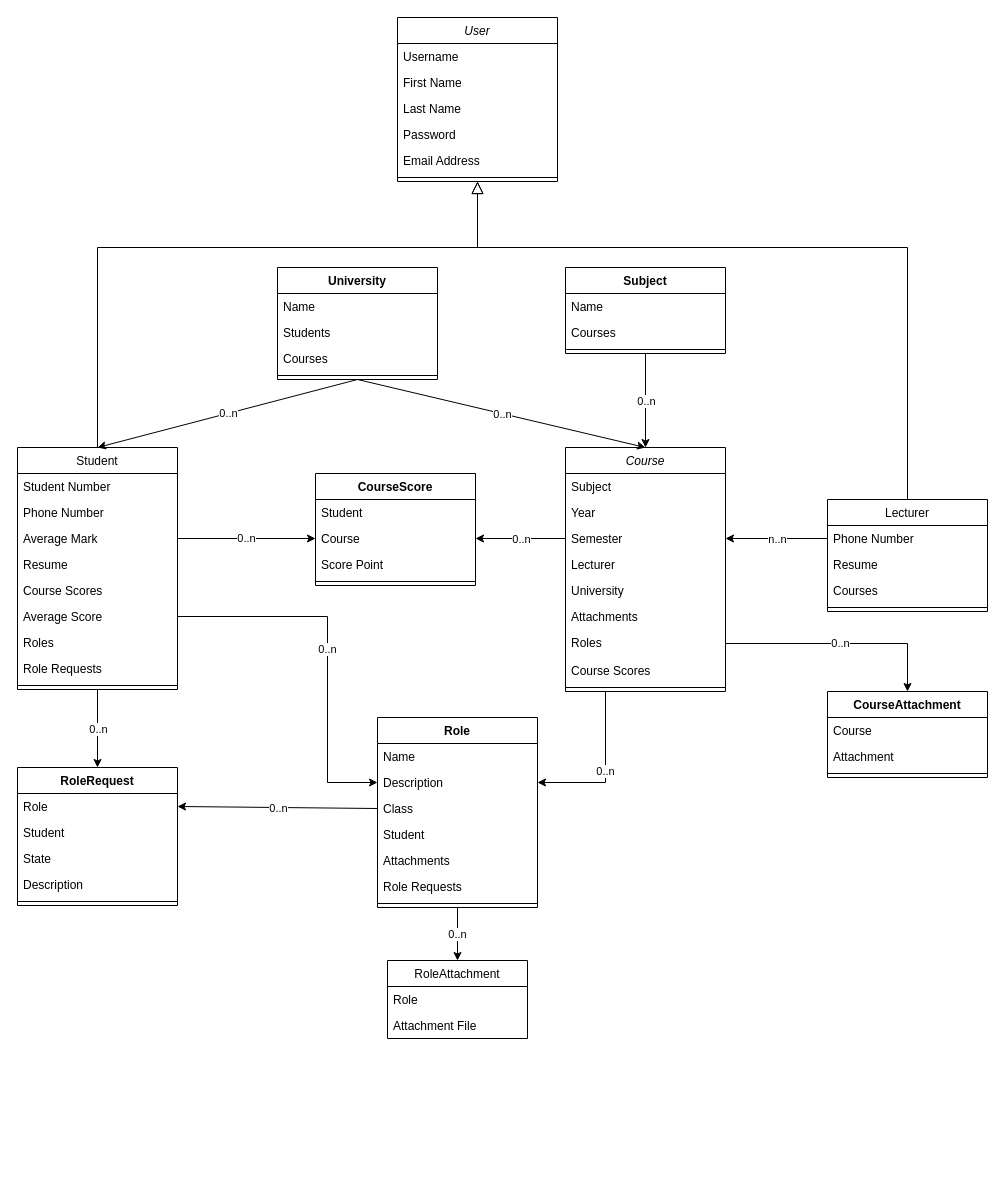
Before: material/class_diagram.drawio in RuhollahSeka/TA_System, a draw.io diagram. Source tidied: cells renumbered, new cells numbered last; positions are measured from the earlier drawing's top-left corner, leaving out a move shared by most shapes. Both pictures are drawn from the tidied source at 100%, with x=0, y=0 at pixel (17, 17).
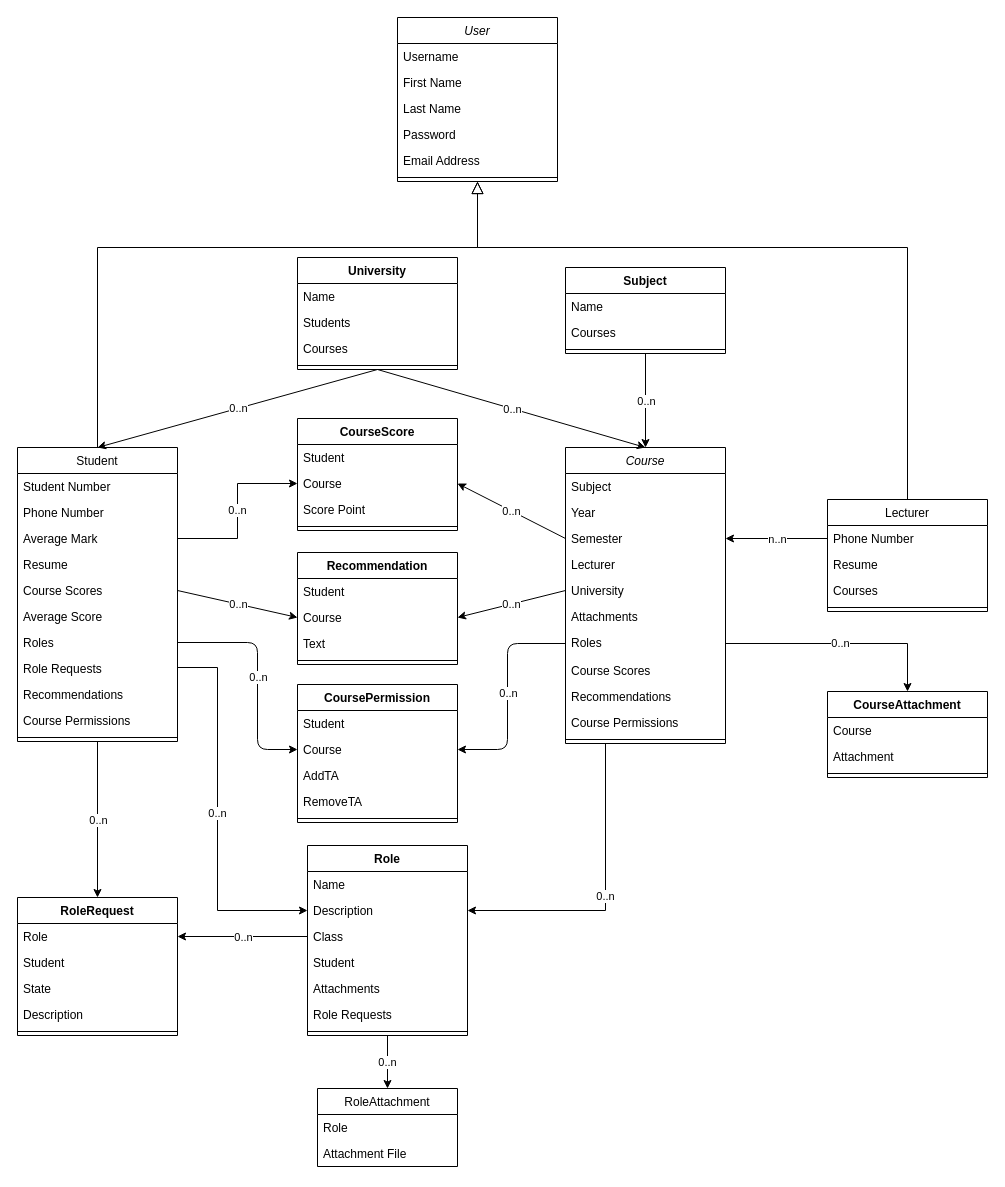
Above is the later version.

Unchanged cells that the change refers to:
```xml
<mxCell id="14" value="Course Scores" style="text;strokeColor=none;fillColor=none;align=left;verticalAlign=top;spacingLeft=4;spacingRight=4;overflow=hidden;points=[[0,0.5],[1,0.5]];portConstraint=eastwest;" parent="9" vertex="1">
  <mxGeometry y="130" width="160" height="26" as="geometry" />
</mxCell>
<mxCell id="15" value="Average Score" style="text;strokeColor=none;fillColor=none;align=left;verticalAlign=top;spacingLeft=4;spacingRight=4;overflow=hidden;points=[[0,0.5],[1,0.5]];portConstraint=eastwest;" parent="9" vertex="1">
  <mxGeometry y="156" width="160" height="26" as="geometry" />
</mxCell>
<mxCell id="16" value="Roles" style="text;strokeColor=none;fillColor=none;align=left;verticalAlign=top;spacingLeft=4;spacingRight=4;overflow=hidden;points=[[0,0.5],[1,0.5]];portConstraint=eastwest;" parent="9" vertex="1">
  <mxGeometry y="182" width="160" height="26" as="geometry" />
</mxCell>
<mxCell id="17" value="Role Requests" style="text;strokeColor=none;fillColor=none;align=left;verticalAlign=top;spacingLeft=4;spacingRight=4;overflow=hidden;points=[[0,0.5],[1,0.5]];portConstraint=eastwest;" parent="9" vertex="1">
  <mxGeometry y="208" width="160" height="26" as="geometry" />
</mxCell>
<mxCell id="31" value="University" style="text;align=left;verticalAlign=top;spacingLeft=4;spacingRight=4;overflow=hidden;points=[[0,0.5],[1,0.5]];portConstraint=eastwest;rounded=0;shadow=0;html=0;" parent="26" vertex="1">
  <mxGeometry y="130" width="160" height="26" as="geometry" />
</mxCell>
<mxCell id="33" value="Roles" style="text;strokeColor=none;fillColor=none;align=left;verticalAlign=top;spacingLeft=4;spacingRight=4;overflow=hidden;points=[[0,0.5],[1,0.5]];portConstraint=eastwest;" parent="26" vertex="1">
  <mxGeometry y="182" width="160" height="28" as="geometry" />
</mxCell>
<mxCell id="70" value="Description" style="text;strokeColor=none;fillColor=none;align=left;verticalAlign=top;spacingLeft=4;spacingRight=4;overflow=hidden;points=[[0,0.5],[1,0.5]];portConstraint=eastwest;" parent="68" vertex="1">
  <mxGeometry y="52" width="160" height="26" as="geometry" />
</mxCell>
```

Change to the diagram source:
```diff
@@
     <mxCell id="9" value="Student" style="swimlane;fontStyle=0;align=center;verticalAlign=top;horizontal=1;startSize=26;rounded=0;shadow=0;strokeWidth=1;" parent="1" vertex="1">
-      <mxGeometry y="430" width="160" height="242" as="geometry" />
+      <mxGeometry y="430" width="160" height="294" as="geometry" />
     </mxCell>
@@
+    <mxCell id="90" value="Recommendations" style="text;strokeColor=none;fillColor=none;align=left;verticalAlign=top;spacingLeft=4;spacingRight=4;overflow=hidden;" parent="9" vertex="1">
+      <mxGeometry y="234" width="160" height="26" as="geometry" />
+    </mxCell>
+    <mxCell id="91" value="Course Permissions" style="text;strokeColor=none;fillColor=none;align=left;verticalAlign=top;spacingLeft=4;spacingRight=4;overflow=hidden;" parent="9" vertex="1">
+      <mxGeometry y="260" width="160" height="26" as="geometry" />
+    </mxCell>
     <mxCell id="18" style="line;html=1;strokeWidth=1;align=left;verticalAlign=middle;spacingTop=-1;spacingLeft=3;spacingRight=3;labelPosition=right;" parent="9" vertex="1">
-      <mxGeometry y="234" width="160" height="8" as="geometry" />
+      <mxGeometry y="286" width="160" height="8" as="geometry" />
     </mxCell>
@@
     <mxCell id="26" value="Course" style="swimlane;fontStyle=2;align=center;verticalAlign=top;horizontal=1;startSize=26;rounded=0;shadow=0;strokeWidth=1;" parent="1" vertex="1">
-      <mxGeometry x="548" y="430" width="160" height="244" as="geometry" />
+      <mxGeometry x="548" y="430" width="160" height="296" as="geometry" />
     </mxCell>
@@
+    <mxCell id="92" value="Recommendations" style="text;strokeColor=none;fillColor=none;align=left;verticalAlign=top;spacingLeft=4;spacingRight=4;overflow=hidden;" parent="26" vertex="1">
+      <mxGeometry y="236" width="160" height="26" as="geometry" />
+    </mxCell>
+    <mxCell id="93" value="Course Permissions" style="text;strokeColor=none;fillColor=none;align=left;verticalAlign=top;spacingLeft=4;spacingRight=4;overflow=hidden;" parent="26" vertex="1">
+      <mxGeometry y="262" width="160" height="26" as="geometry" />
+    </mxCell>
     <mxCell id="35" style="line;html=1;strokeWidth=1;align=left;verticalAlign=middle;spacingTop=-1;spacingLeft=3;spacingRight=3;labelPosition=right;" parent="26" vertex="1">
-      <mxGeometry y="236" width="160" height="8" as="geometry" />
+      <mxGeometry y="288" width="160" height="8" as="geometry" />
     </mxCell>
     <mxCell id="36" value="CourseScore" style="swimlane;fontStyle=1;align=center;verticalAlign=top;horizontal=1;startSize=26;" parent="1" vertex="1">
-      <mxGeometry x="298" y="456" width="160" height="112" as="geometry" />
+      <mxGeometry x="280" y="401" width="160" height="112" as="geometry" />
     </mxCell>
@@
     <mxCell id="41" value="RoleAttachment" style="swimlane;fontStyle=0;horizontal=1;startSize=26;fillColor=none;" parent="1" vertex="1">
-      <mxGeometry x="370" y="943" width="140" height="78" as="geometry" />
+      <mxGeometry x="300" y="1071" width="140" height="78" as="geometry" />
     </mxCell>
@@
     <mxCell id="53" value="University" style="swimlane;fontStyle=1;align=center;verticalAlign=top;horizontal=1;startSize=26;" parent="1" vertex="1">
-      <mxGeometry x="260" y="250" width="160" height="112" as="geometry" />
+      <mxGeometry x="280" y="240" width="160" height="112" as="geometry" />
     </mxCell>
@@
     <mxCell id="68" value="Role" style="swimlane;fontStyle=1;align=center;verticalAlign=top;horizontal=1;startSize=26;" parent="1" vertex="1">
-      <mxGeometry x="360" y="700" width="160" height="190" as="geometry" />
+      <mxGeometry x="290" y="828" width="160" height="190" as="geometry" />
     </mxCell>
@@
-    <mxCell id="79" value="0..n" style="edgeStyle=orthogonalEdgeStyle;rounded=0;jettySize=auto;html=1;entryX=0;entryY=0.5;entryDx=0;entryDy=0;exitX=1;exitY=0.5;exitDx=0;exitDy=0;" parent="1" edge="1" source="15" target="70">
+    <mxCell id="79" value="0..n" style="edgeStyle=orthogonalEdgeStyle;rounded=0;jettySize=auto;html=1;entryX=0;entryY=0.5;entryDx=0;entryDy=0;exitX=1;exitY=0.5;exitDx=0;exitDy=0;" parent="1" edge="1" source="17" target="70">
       <mxGeometry relative="1" as="geometry">
         <Array as="points">
-          <mxPoint x="310" y="599" />
-          <mxPoint x="310" y="765" />
+          <mxPoint x="160" y="650" />
+          <mxPoint x="200" y="650" />
+          <mxPoint x="200" y="893" />
         </Array>
       </mxGeometry>
     </mxCell>
     <mxCell id="80" value="RoleRequest" style="swimlane;fontStyle=1;align=center;verticalAlign=top;horizontal=1;startSize=26;" parent="1" vertex="1">
-      <mxGeometry y="750" width="160" height="138" as="geometry" />
+      <mxGeometry y="880" width="160" height="138" as="geometry" />
     </mxCell>
@@
+    <mxCell id="94" value="Recommendation" style="swimlane;fontStyle=1;align=center;verticalAlign=top;horizontal=1;startSize=26;" parent="1" vertex="1">
+      <mxGeometry x="280" y="535" width="160" height="112" as="geometry" />
+    </mxCell>
+    <mxCell id="95" value="Student" style="text;strokeColor=none;fillColor=none;align=left;verticalAlign=top;spacingLeft=4;spacingRight=4;overflow=hidden;" parent="94" vertex="1">
+      <mxGeometry y="26" width="160" height="26" as="geometry" />
+    </mxCell>
+    <mxCell id="96" value="Course" style="text;strokeColor=none;fillColor=none;align=left;verticalAlign=top;spacingLeft=4;spacingRight=4;overflow=hidden;points=[[0,0.5],[1,0.5]];portConstraint=eastwest;" parent="94" vertex="1">
+      <mxGeometry y="52" width="160" height="26" as="geometry" />
+    </mxCell>
+    <mxCell id="97" value="Text" style="text;strokeColor=none;fillColor=none;align=left;verticalAlign=top;spacingLeft=4;spacingRight=4;overflow=hidden;" parent="94" vertex="1">
+      <mxGeometry y="78" width="160" height="26" as="geometry" />
+    </mxCell>
+    <mxCell id="98" style="line;strokeWidth=1;fillColor=none;align=left;verticalAlign=middle;spacingTop=-1;spacingLeft=3;spacingRight=3;labelPosition=right;" parent="94" vertex="1">
+      <mxGeometry y="104" width="160" height="8" as="geometry" />
+    </mxCell>
+    <mxCell id="99" style="endArrow=classic;html=1;exitX=0;exitY=0.5;exitDx=0;exitDy=0;entryX=1;entryY=0.5;entryDx=0;entryDy=0;" parent="1" edge="1" source="31" target="96">
+      <mxGeometry relative="1" as="geometry" />
+    </mxCell>
+    <mxCell id="100" value="0..n" style="edgeLabel;html=1;align=center;verticalAlign=middle;" parent="99" vertex="1">
+      <mxGeometry relative="1" as="geometry" />
+    </mxCell>
+    <mxCell id="101" style="endArrow=classic;html=1;exitX=1;exitY=0.5;exitDx=0;exitDy=0;entryX=0;entryY=0.5;entryDx=0;entryDy=0;" parent="1" edge="1" source="14" target="96">
+      <mxGeometry relative="1" as="geometry" />
+    </mxCell>
+    <mxCell id="102" value="0..n" style="edgeLabel;html=1;align=center;verticalAlign=middle;" parent="101" vertex="1">
+      <mxGeometry relative="1" as="geometry" />
+    </mxCell>
+    <mxCell id="103" value="CoursePermission" style="swimlane;fontStyle=1;align=center;verticalAlign=top;horizontal=1;startSize=26;" parent="1" vertex="1">
+      <mxGeometry x="280" y="667" width="160" height="138" as="geometry" />
+    </mxCell>
+    <mxCell id="104" value="Student" style="text;strokeColor=none;fillColor=none;align=left;verticalAlign=top;spacingLeft=4;spacingRight=4;overflow=hidden;" parent="103" vertex="1">
+      <mxGeometry y="26" width="160" height="26" as="geometry" />
+    </mxCell>
+    <mxCell id="105" value="Course" style="text;strokeColor=none;fillColor=none;align=left;verticalAlign=top;spacingLeft=4;spacingRight=4;overflow=hidden;points=[[0,0.5],[1,0.5]];portConstraint=eastwest;" parent="103" vertex="1">
+      <mxGeometry y="52" width="160" height="26" as="geometry" />
+    </mxCell>
+    <mxCell id="106" value="AddTA" style="text;strokeColor=none;fillColor=none;align=left;verticalAlign=top;spacingLeft=4;spacingRight=4;overflow=hidden;" parent="103" vertex="1">
+      <mxGeometry y="78" width="160" height="26" as="geometry" />
+    </mxCell>
+    <mxCell id="107" value="RemoveTA" style="text;strokeColor=none;fillColor=none;align=left;verticalAlign=top;spacingLeft=4;spacingRight=4;overflow=hidden;" parent="103" vertex="1">
+      <mxGeometry y="104" width="160" height="26" as="geometry" />
+    </mxCell>
+    <mxCell id="108" style="line;strokeWidth=1;fillColor=none;align=left;verticalAlign=middle;spacingTop=-1;spacingLeft=3;spacingRight=3;labelPosition=right;" parent="103" vertex="1">
+      <mxGeometry y="130" width="160" height="8" as="geometry" />
+    </mxCell>
+    <mxCell id="109" style="endArrow=classic;html=1;exitX=1;exitY=0.5;exitDx=0;exitDy=0;entryX=0;entryY=0.5;entryDx=0;entryDy=0;" parent="1" edge="1" source="16" target="105">
+      <mxGeometry relative="1" as="geometry">
+        <Array as="points">
+          <mxPoint x="240" y="625" />
+          <mxPoint x="240" y="732" />
+        </Array>
+      </mxGeometry>
+    </mxCell>
+    <mxCell id="110" value="0..n" style="edgeLabel;html=1;align=center;verticalAlign=middle;" parent="109" vertex="1">
+      <mxGeometry relative="1" as="geometry" />
+    </mxCell>
+    <mxCell id="111" style="endArrow=classic;html=1;exitX=0;exitY=0.5;exitDx=0;exitDy=0;entryX=1;entryY=0.5;entryDx=0;entryDy=0;" parent="1" edge="1" source="33" target="105">
+      <mxGeometry relative="1" as="geometry">
+        <Array as="points">
+          <mxPoint x="490" y="626" />
+          <mxPoint x="490" y="732" />
+        </Array>
+      </mxGeometry>
+    </mxCell>
+    <mxCell id="112" value="0..n" style="edgeLabel;html=1;align=center;verticalAlign=middle;" parent="111" vertex="1">
+      <mxGeometry relative="1" as="geometry" />
+    </mxCell>
```
